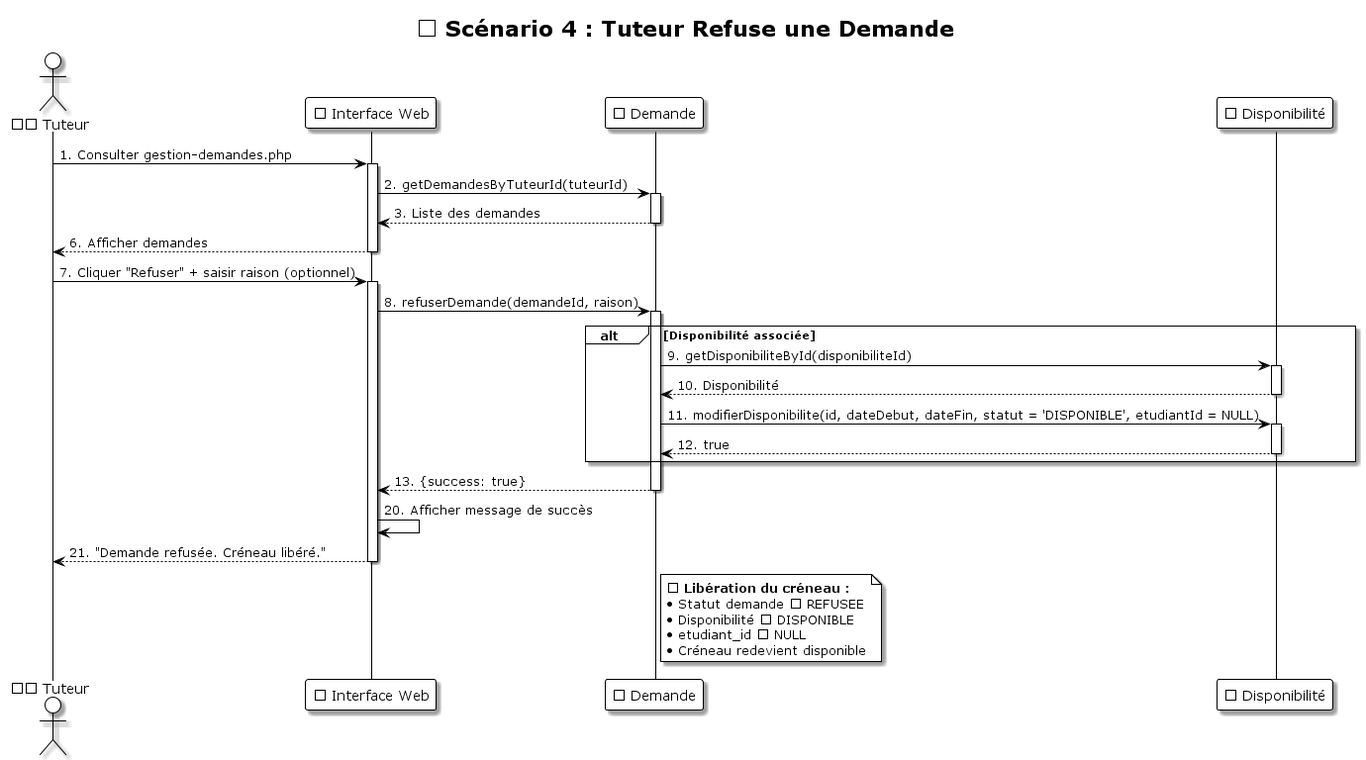
The PlantUML diagram UML/diagrammes_sequence/Sequence_04_Tuteur_Refuse_Demande.png in LLAbdul/LLAbdul-projet-tutoplus, before a commit.
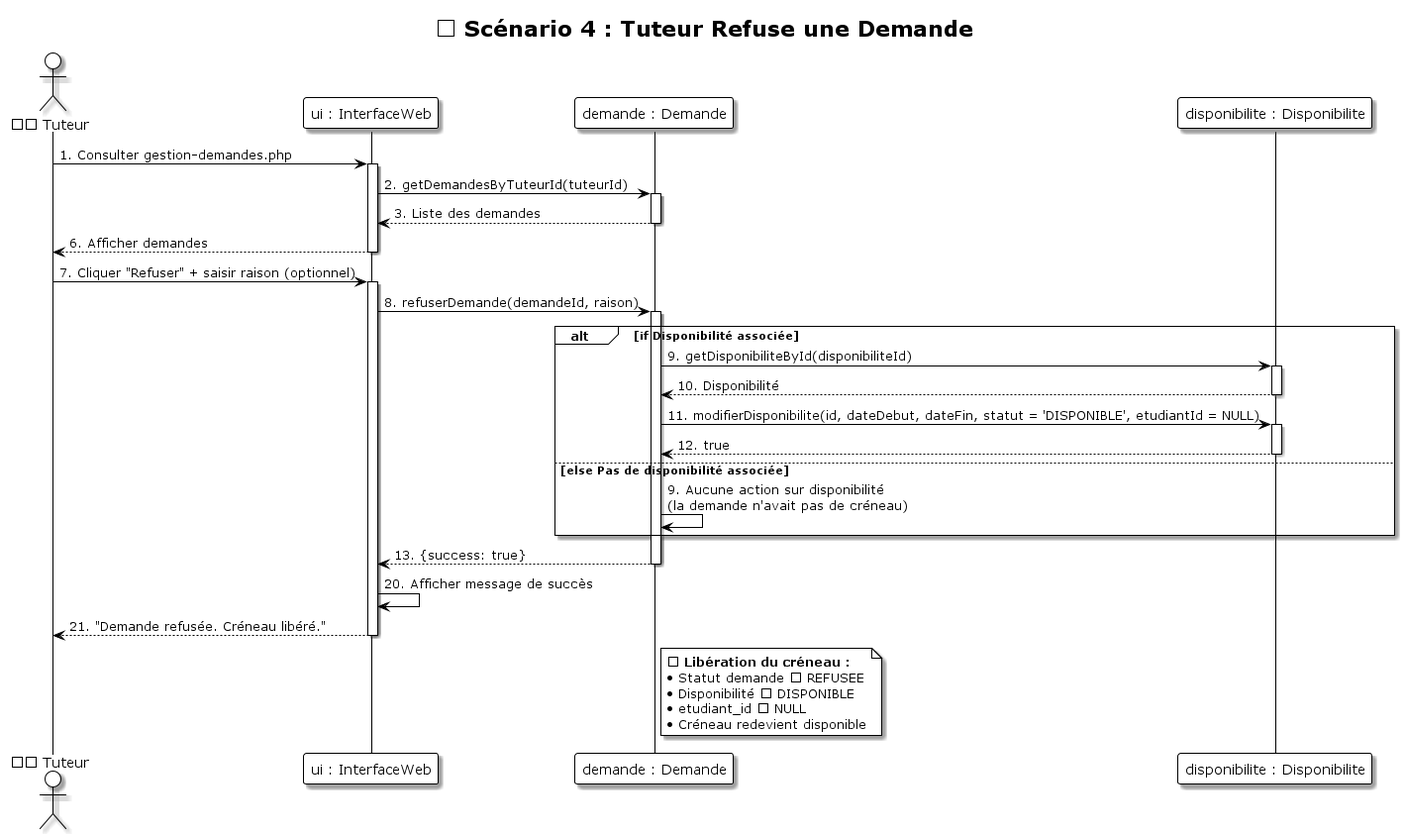
After the commit.

Commit message:
update diagrame de sequence

Diff of the diagram source:
```diff
@@ -6,9 +6,9 @@
 title ❌ Scénario 4 : Tuteur Refuse une Demande
 
 actor "👨‍🏫 Tuteur" as Tuteur
-participant "🌐 Interface Web" as UI
-participant "📝 Demande" as Demande
-participant "⏰ Disponibilité" as Disponibilite
+participant "ui : InterfaceWeb" as UI
+participant "demande : Demande" as Demande
+participant "disponibilite : Disponibilite" as Disponibilite
 
 Tuteur -> UI: 1. Consulter gestion-demandes.php
 activate UI
@@ -24,7 +24,7 @@
 UI -> Demande: 8. refuserDemande(demandeId, raison)
 activate Demande
 
-alt Disponibilité associée
+alt if Disponibilité associée
     Demande -> Disponibilite: 9. getDisponibiliteById(disponibiliteId)
     activate Disponibilite
     Disponibilite --> Demande: 10. Disponibilité
@@ -34,6 +34,8 @@
     activate Disponibilite
     Disponibilite --> Demande: 12. true
     deactivate Disponibilite
+else else Pas de disponibilité associée
+    Demande -> Demande: 9. Aucune action sur disponibilité\n(la demande n'avait pas de créneau)
 end
 
 Demande --> UI: 13. {success: true}
```
